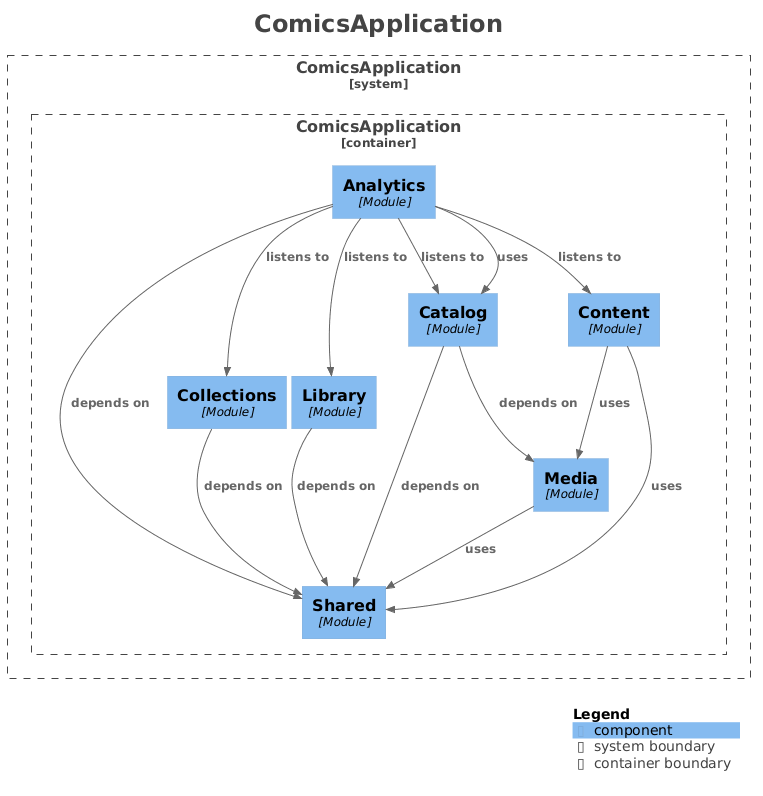
Earlier version of the PlantUML export misc/images/c4-modules-diagram.png (harakki/comics-backend).
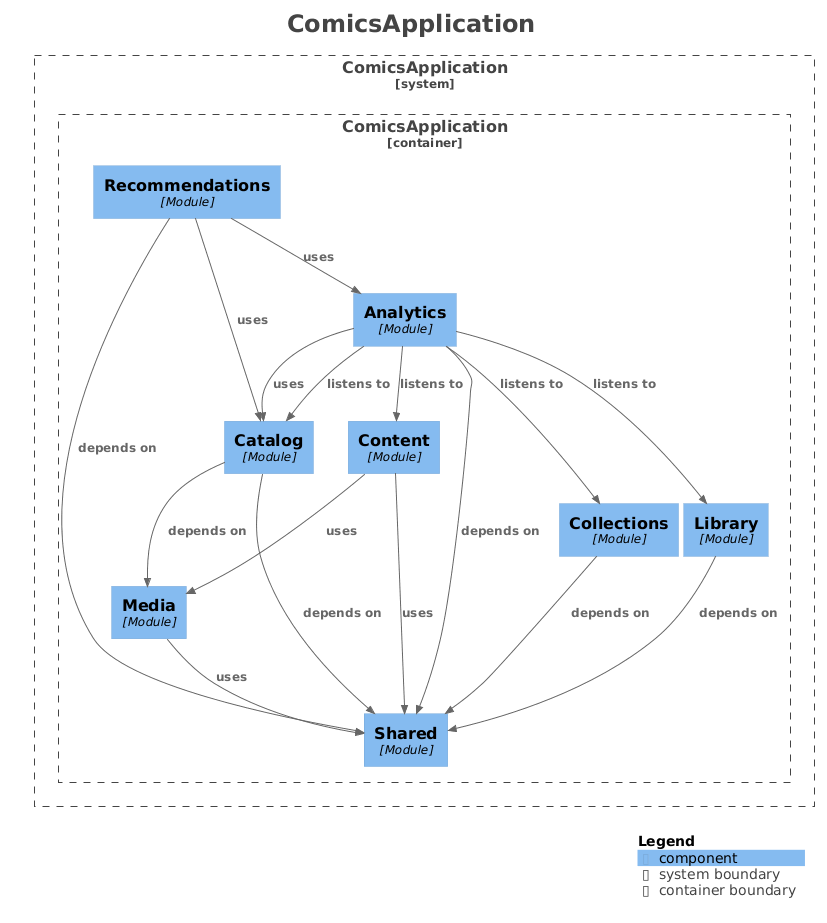
After the commit.

What changed in the source:
```diff
@@ -17,6 +17,7 @@
 
 System_Boundary("ComicsApplication_boundary", "ComicsApplication", $tags="") {
   Container_Boundary("ComicsApplication.ComicsApplication_boundary", "ComicsApplication", $tags="") {
+    Component(ComicsApplication.ComicsApplication.Recommendations, "Recommendations", $techn="Module", $descr="", $tags="", $link="")
     Component(ComicsApplication.ComicsApplication.Shared, "Shared", $techn="Module", $descr="", $tags="", $link="")
     Component(ComicsApplication.ComicsApplication.Collections, "Collections", $techn="Module", $descr="", $tags="", $link="")
     Component(ComicsApplication.ComicsApplication.Library, "Library", $techn="Module", $descr="", $tags="", $link="")
@@ -28,19 +29,22 @@
 
 }
 
-Rel(ComicsApplication.ComicsApplication.Analytics, ComicsApplication.ComicsApplication.Library, "listens to", $techn="", $tags="", $link="")
-Rel(ComicsApplication.ComicsApplication.Analytics, ComicsApplication.ComicsApplication.Catalog, "listens to", $techn="", $tags="", $link="")
+Rel(ComicsApplication.ComicsApplication.Library, ComicsApplication.ComicsApplication.Shared, "depends on", $techn="", $tags="", $link="")
+Rel(ComicsApplication.ComicsApplication.Catalog, ComicsApplication.ComicsApplication.Shared, "depends on", $techn="", $tags="", $link="")
+Rel(ComicsApplication.ComicsApplication.Catalog, ComicsApplication.ComicsApplication.Media, "depends on", $techn="", $tags="", $link="")
 Rel(ComicsApplication.ComicsApplication.Analytics, ComicsApplication.ComicsApplication.Collections, "listens to", $techn="", $tags="", $link="")
 Rel(ComicsApplication.ComicsApplication.Analytics, ComicsApplication.ComicsApplication.Content, "listens to", $techn="", $tags="", $link="")
+Rel(ComicsApplication.ComicsApplication.Analytics, ComicsApplication.ComicsApplication.Catalog, "listens to", $techn="", $tags="", $link="")
+Rel(ComicsApplication.ComicsApplication.Analytics, ComicsApplication.ComicsApplication.Library, "listens to", $techn="", $tags="", $link="")
 Rel(ComicsApplication.ComicsApplication.Analytics, ComicsApplication.ComicsApplication.Shared, "depends on", $techn="", $tags="", $link="")
 Rel(ComicsApplication.ComicsApplication.Analytics, ComicsApplication.ComicsApplication.Catalog, "uses", $techn="", $tags="", $link="")
 Rel(ComicsApplication.ComicsApplication.Media, ComicsApplication.ComicsApplication.Shared, "uses", $techn="", $tags="", $link="")
+Rel(ComicsApplication.ComicsApplication.Collections, ComicsApplication.ComicsApplication.Shared, "depends on", $techn="", $tags="", $link="")
+Rel(ComicsApplication.ComicsApplication.Recommendations, ComicsApplication.ComicsApplication.Shared, "depends on", $techn="", $tags="", $link="")
+Rel(ComicsApplication.ComicsApplication.Recommendations, ComicsApplication.ComicsApplication.Catalog, "uses", $techn="", $tags="", $link="")
+Rel(ComicsApplication.ComicsApplication.Recommendations, ComicsApplication.ComicsApplication.Analytics, "uses", $techn="", $tags="", $link="")
 Rel(ComicsApplication.ComicsApplication.Content, ComicsApplication.ComicsApplication.Media, "uses", $techn="", $tags="", $link="")
 Rel(ComicsApplication.ComicsApplication.Content, ComicsApplication.ComicsApplication.Shared, "uses", $techn="", $tags="", $link="")
-Rel(ComicsApplication.ComicsApplication.Collections, ComicsApplication.ComicsApplication.Shared, "depends on", $techn="", $tags="", $link="")
-Rel(ComicsApplication.ComicsApplication.Catalog, ComicsApplication.ComicsApplication.Shared, "depends on", $techn="", $tags="", $link="")
-Rel(ComicsApplication.ComicsApplication.Catalog, ComicsApplication.ComicsApplication.Media, "depends on", $techn="", $tags="", $link="")
-Rel(ComicsApplication.ComicsApplication.Library, ComicsApplication.ComicsApplication.Shared, "depends on", $techn="", $tags="", $link="")
 
 SHOW_LEGEND(true)
 hide stereotypes
```
